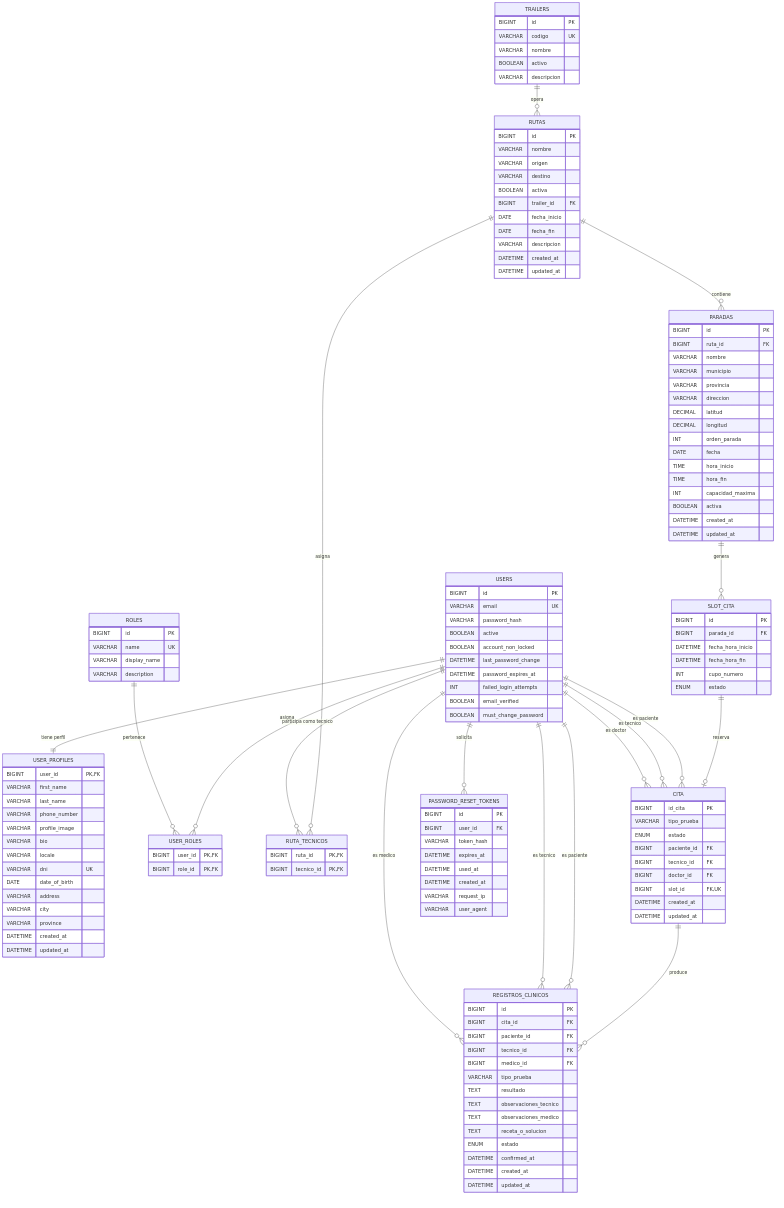
alvaro-segovia-mendoza/medilab-api-asmjbc keeps this Mermaid diagram as docs/database-er.png. Above is the earlier version. Its source is kept beside it as docs/database-er.mmd.
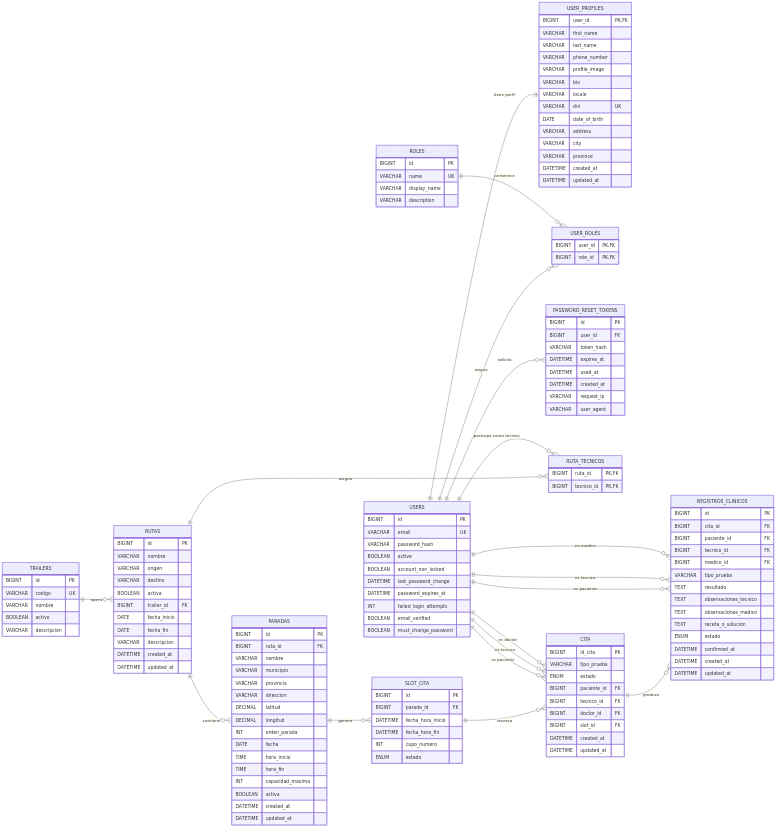
Later version of the same file.

Change to the diagram source:
```diff
@@ -1,4 +1,6 @@
 erDiagram
+    direction LR
+
     USERS {
         BIGINT id PK
         VARCHAR email UK
@@ -39,6 +41,17 @@
     USER_ROLES {
         BIGINT user_id PK, FK
         BIGINT role_id PK, FK
+    }
+
+    PASSWORD_RESET_TOKENS {
+        BIGINT id PK
+        BIGINT user_id FK
+        VARCHAR token_hash
+        DATETIME expires_at
+        DATETIME used_at
+        DATETIME created_at
+        VARCHAR request_ip
+        VARCHAR user_agent
     }
 
     TRAILERS {
@@ -103,7 +116,7 @@
         BIGINT paciente_id FK
         BIGINT tecnico_id FK
         BIGINT doctor_id FK
-        BIGINT slot_id FK, UK
+        BIGINT slot_id FK
         DATETIME created_at
         DATETIME updated_at
     }
@@ -125,20 +138,10 @@
         DATETIME updated_at
     }
 
-    PASSWORD_RESET_TOKENS {
-        BIGINT id PK
-        BIGINT user_id FK
-        VARCHAR token_hash
-        DATETIME expires_at
-        DATETIME used_at
-        DATETIME created_at
-        VARCHAR request_ip
-        VARCHAR user_agent
-    }
-
     USERS ||--|| USER_PROFILES : "tiene perfil"
     USERS ||--o{ USER_ROLES : "asigna"
     ROLES ||--o{ USER_ROLES : "pertenece"
+    USERS ||--o{ PASSWORD_RESET_TOKENS : "solicita"
 
     TRAILERS ||--o{ RUTAS : "opera"
     RUTAS ||--o{ RUTA_TECNICOS : "asigna"
@@ -146,7 +149,7 @@
 
     RUTAS ||--o{ PARADAS : "contiene"
     PARADAS ||--o{ SLOT_CITA : "genera"
-    SLOT_CITA ||--o| CITA : "reserva"
+    SLOT_CITA ||--o{ CITA : "reserva"
 
     USERS ||--o{ CITA : "es paciente"
     USERS ||--o{ CITA : "es tecnico"
@@ -156,5 +159,3 @@
     USERS ||--o{ REGISTROS_CLINICOS : "es paciente"
     USERS ||--o{ REGISTROS_CLINICOS : "es tecnico"
     USERS ||--o{ REGISTROS_CLINICOS : "es medico"
-
-    USERS ||--o{ PASSWORD_RESET_TOKENS : "solicita"
```
